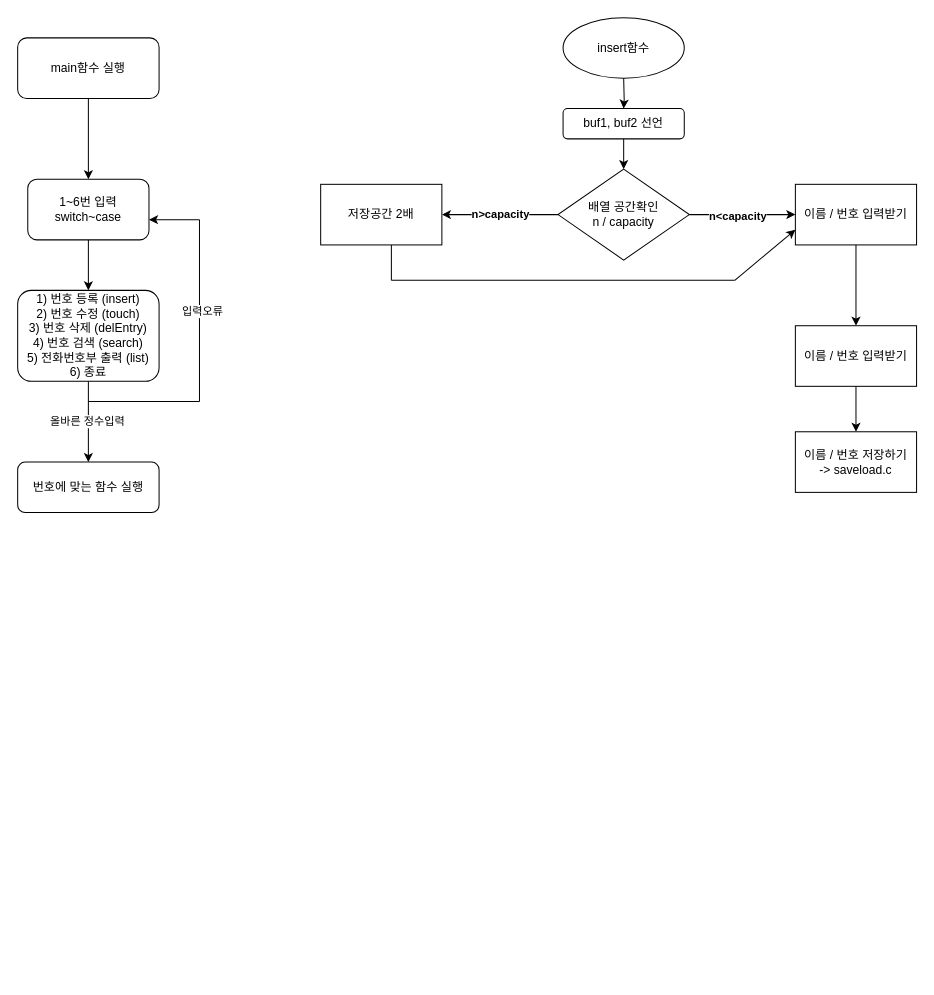
This is 1stProject_phonebook/202122404김표승 소프트웨어공학 1차프로젝트 전화번호부 코드 순서도.drawio from pyoseung74/202122404-2-2-software-engineering, a draw.io file, before an edit. Source tidied: cells renumbered, new cells numbered last; positions are measured from the earlier drawing's top-left corner, leaving out a move shared by most shapes. Both pictures are drawn from the tidied source at 101%, with x=0, y=0 at pixel (17, 17).
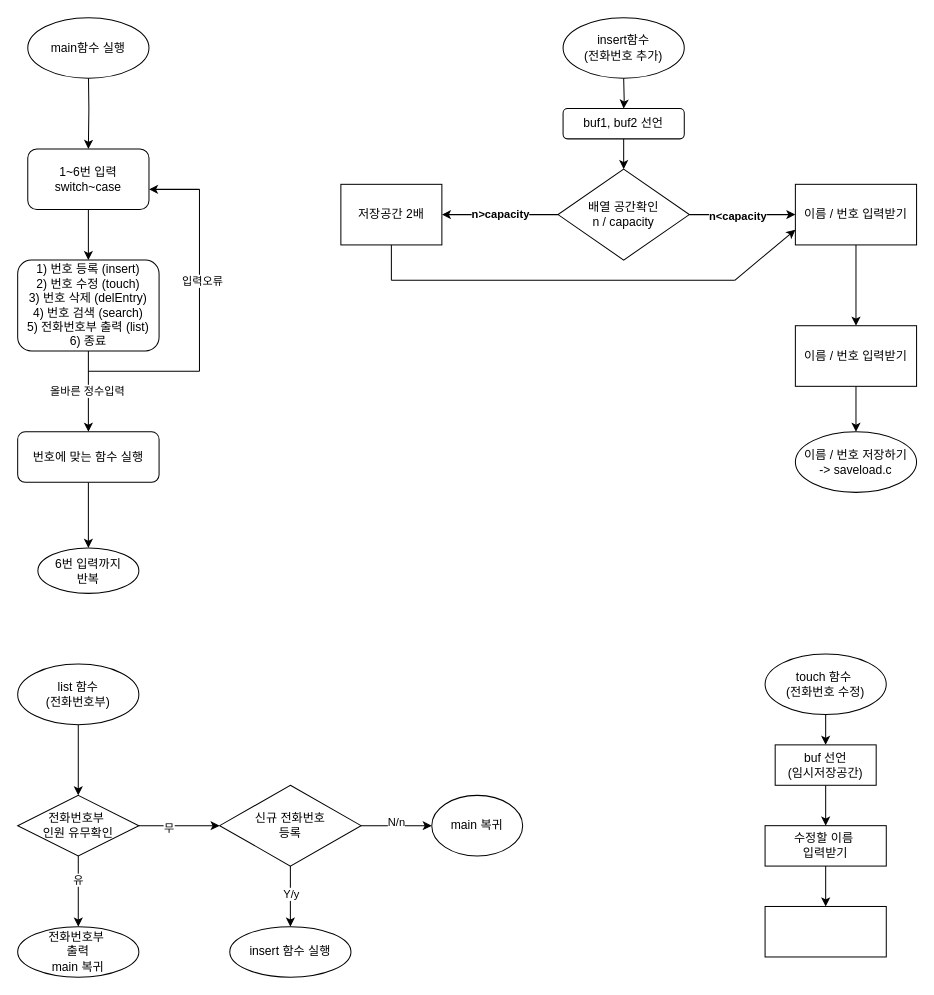
After the change.

Commit message (it also covers changes not shown here):
202122404김표승 소프트웨어공학 1차프로젝트 전화번호부 코드 순서도.drawio 업데이트

The change refers to these unchanged cells:
```xml
<mxCell id="21" value="배열 공간확인&lt;div&gt;n / capacity&lt;/div&gt;" style="rhombus;whiteSpace=wrap;html=1;" parent="1" vertex="1">
  <mxGeometry x="535" y="150" width="130" height="90" as="geometry" />
</mxCell>
<mxCell id="29" value="이름 / 번호 입력받기" style="whiteSpace=wrap;html=1;" parent="1" vertex="1">
  <mxGeometry x="770" y="305" width="120" height="60" as="geometry" />
</mxCell>
```

What changed in the source:
```diff
@@
-    <mxCell id="2" style="edgeStyle=orthogonalEdgeStyle;rounded=0;jettySize=auto;html=1;" parent="1" edge="1" source="3" target="5">
-      <mxGeometry relative="1" as="geometry" />
+    <mxCell id="2" style="edgeStyle=orthogonalEdgeStyle;rounded=0;jettySize=auto;html=1;" parent="1" edge="1" target="5">
+      <mxGeometry relative="1" as="geometry">
+        <mxPoint x="70" y="50" as="sourcePoint" />
+      </mxGeometry>
     </mxCell>
-    <mxCell id="3" value="main함수 실행" style="rounded=1;whiteSpace=wrap;html=1;" parent="1" vertex="1">
-      <mxGeometry y="20" width="140" height="60" as="geometry" />
-    </mxCell>
     <mxCell id="4" style="edgeStyle=orthogonalEdgeStyle;rounded=0;jettySize=auto;html=1;" parent="1" edge="1" source="5">
       <mxGeometry relative="1" as="geometry">
-        <mxPoint x="70" y="270" as="targetPoint" />
+        <mxPoint x="70" y="240" as="targetPoint" />
       </mxGeometry>
     </mxCell>
     <mxCell id="5" value="1~6번 입력&lt;div&gt;switch~case&lt;/div&gt;" style="rounded=1;whiteSpace=wrap;html=1;" parent="1" vertex="1">
-      <mxGeometry x="10" y="160" width="120" height="60" as="geometry" />
+      <mxGeometry x="10" y="130" width="120" height="60" as="geometry" />
     </mxCell>
@@
     <mxCell id="8" value="1) 번호 등록 (insert)&lt;div&gt;2) 번호 수정 (touch)&lt;/div&gt;&lt;div&gt;3) 번호 삭제 (delEntry)&lt;/div&gt;&lt;div&gt;4) 번호 검색 (search)&lt;/div&gt;&lt;div&gt;5) 전화번호부 출력 (list)&lt;/div&gt;&lt;div&gt;6) 종료&lt;/div&gt;" style="rounded=1;whiteSpace=wrap;html=1;" parent="1" vertex="1">
-      <mxGeometry y="270" width="140" height="90" as="geometry" />
+      <mxGeometry y="240" width="140" height="90" as="geometry" />
     </mxCell>
+    <mxCell id="32" style="edgeStyle=orthogonalEdgeStyle;rounded=0;jettySize=auto;html=1;" parent="1" edge="1" source="9" target="33">
+      <mxGeometry relative="1" as="geometry" />
+    </mxCell>
     <mxCell id="9" value="번호에 맞는 함수 실행" style="rounded=1;whiteSpace=wrap;html=1;" parent="1" vertex="1">
-      <mxGeometry y="440" width="140" height="50" as="geometry" />
+      <mxGeometry y="410" width="140" height="50" as="geometry" />
     </mxCell>
     <mxCell id="10" style="endArrow=none;html=1;rounded=0;" parent="1" edge="1">
       <mxGeometry relative="1" as="geometry">
-        <mxPoint x="180" y="380" as="sourcePoint" />
-        <mxPoint x="180" y="200" as="targetPoint" />
+        <mxPoint x="180" y="350" as="sourcePoint" />
+        <mxPoint x="180" y="170" as="targetPoint" />
       </mxGeometry>
     </mxCell>
@@
     <mxCell id="12" style="endArrow=classic;html=1;rounded=0;" parent="1" edge="1">
       <mxGeometry relative="1" as="geometry">
-        <mxPoint x="180" y="200" as="sourcePoint" />
-        <mxPoint x="130" y="200" as="targetPoint" />
+        <mxPoint x="180" y="170" as="sourcePoint" />
+        <mxPoint x="130" y="170" as="targetPoint" />
       </mxGeometry>
     </mxCell>
     <mxCell id="13" style="endArrow=none;html=1;rounded=0;" parent="1" edge="1">
       <mxGeometry relative="1" as="geometry">
-        <mxPoint x="70" y="380" as="sourcePoint" />
-        <mxPoint x="180" y="380" as="targetPoint" />
+        <mxPoint x="70" y="350" as="sourcePoint" />
+        <mxPoint x="180" y="350" as="targetPoint" />
       </mxGeometry>
     </mxCell>
@@
-    <mxCell id="19" style="edgeStyle=orthogonalEdgeStyle;rounded=0;jettySize=auto;html=1;" parent="1" edge="1" source="21" target="24">
-      <mxGeometry relative="1" as="geometry" />
+    <mxCell id="19" style="edgeStyle=orthogonalEdgeStyle;rounded=0;jettySize=auto;html=1;" parent="1" edge="1" source="21">
+      <mxGeometry relative="1" as="geometry">
+        <mxPoint x="420" y="195" as="targetPoint" />
+      </mxGeometry>
     </mxCell>
@@
     <mxCell id="24" value="저장공간 2배" style="whiteSpace=wrap;html=1;" parent="1" vertex="1">
-      <mxGeometry x="300" y="165" width="120" height="60" as="geometry" />
+      <mxGeometry x="320" y="165" width="100" height="60" as="geometry" />
     </mxCell>
@@
-    <mxCell id="28" style="edgeStyle=orthogonalEdgeStyle;rounded=0;jettySize=auto;html=1;" parent="1" edge="1" source="29" target="31">
-      <mxGeometry relative="1" as="geometry" />
+    <mxCell id="28" style="edgeStyle=orthogonalEdgeStyle;rounded=0;jettySize=auto;html=1;" parent="1" edge="1" source="29">
+      <mxGeometry relative="1" as="geometry">
+        <mxPoint x="830" y="410" as="targetPoint" />
+      </mxGeometry>
     </mxCell>
@@
-    <mxCell id="30" value="insert함수" style="ellipse;whiteSpace=wrap;html=1;" parent="1" vertex="1">
+    <mxCell id="30" value="insert함수&lt;div&gt;(전화번호 추가)&lt;/div&gt;" style="ellipse;whiteSpace=wrap;html=1;" parent="1" vertex="1">
       <mxGeometry x="540" width="120" height="60" as="geometry" />
     </mxCell>
-    <mxCell id="31" value="이름 / 번호 저장하기&lt;div&gt;-&amp;gt; saveload.c&lt;/div&gt;" style="whiteSpace=wrap;html=1;" parent="1" vertex="1">
+    <mxCell id="31" value="이름 / 번호 저장하기&lt;div&gt;-&amp;gt; saveload.c&lt;/div&gt;" style="ellipse;whiteSpace=wrap;html=1;" parent="1" vertex="1">
       <mxGeometry x="770" y="410" width="120" height="60" as="geometry" />
     </mxCell>
+    <mxCell id="3" value="main함수 실행" style="ellipse;whiteSpace=wrap;html=1;" parent="1" vertex="1">
+      <mxGeometry x="10" width="120" height="60" as="geometry" />
+    </mxCell>
+    <mxCell id="33" value="6번 입력까지&lt;div&gt;반복&lt;/div&gt;" style="ellipse;whiteSpace=wrap;html=1;rounded=1;" parent="1" vertex="1">
+      <mxGeometry x="20" y="525" width="100" height="45" as="geometry" />
+    </mxCell>
+    <mxCell id="34" style="edgeStyle=orthogonalEdgeStyle;rounded=0;jettySize=auto;html=1;" parent="1" edge="1" source="35" target="40">
+      <mxGeometry relative="1" as="geometry" />
+    </mxCell>
+    <mxCell id="35" value="list 함수&lt;div&gt;(전화번호부)&lt;/div&gt;" style="ellipse;whiteSpace=wrap;html=1;" parent="1" vertex="1">
+      <mxGeometry y="640" width="120" height="60" as="geometry" />
+    </mxCell>
+    <mxCell id="36" style="edgeStyle=orthogonalEdgeStyle;rounded=0;jettySize=auto;html=1;" parent="1" edge="1" source="40">
+      <mxGeometry relative="1" as="geometry">
+        <mxPoint x="200" y="800" as="targetPoint" />
+        <Array as="points">
+          <mxPoint x="150" y="800" />
+          <mxPoint x="150" y="800" />
+        </Array>
+      </mxGeometry>
+    </mxCell>
+    <mxCell id="37" value="무" style="edgeLabel;html=1;align=center;verticalAlign=middle;" parent="36" vertex="1">
+      <mxGeometry x="-0.27" y="-2" relative="1" as="geometry" />
+    </mxCell>
+    <mxCell id="38" style="edgeStyle=orthogonalEdgeStyle;rounded=0;jettySize=auto;html=1;" parent="1" edge="1" source="40" target="41">
+      <mxGeometry relative="1" as="geometry" />
+    </mxCell>
+    <mxCell id="39" value="유" style="edgeLabel;html=1;align=center;verticalAlign=middle;" parent="38" vertex="1">
+      <mxGeometry x="-0.33" y="-1" relative="1" as="geometry" />
+    </mxCell>
+    <mxCell id="40" value="전화번호부&amp;nbsp;&lt;div&gt;인원 유무확인&lt;/div&gt;" style="rhombus;whiteSpace=wrap;html=1;" parent="1" vertex="1">
+      <mxGeometry y="770" width="120" height="60" as="geometry" />
+    </mxCell>
+    <mxCell id="41" value="전화번호부&amp;nbsp;&lt;div&gt;출력&lt;/div&gt;&lt;div&gt;main 복귀&lt;/div&gt;" style="ellipse;whiteSpace=wrap;html=1;" parent="1" vertex="1">
+      <mxGeometry y="900" width="120" height="50" as="geometry" />
+    </mxCell>
+    <mxCell id="42" style="edgeStyle=orthogonalEdgeStyle;rounded=0;jettySize=auto;html=1;" parent="1" edge="1" source="46">
+      <mxGeometry relative="1" as="geometry">
+        <mxPoint x="410" y="800" as="targetPoint" />
+      </mxGeometry>
+    </mxCell>
+    <mxCell id="43" value="N/n" style="edgeLabel;html=1;align=center;verticalAlign=middle;" parent="42" vertex="1">
+      <mxGeometry x="-0.03" y="4" relative="1" as="geometry" />
+    </mxCell>
+    <mxCell id="44" style="edgeStyle=orthogonalEdgeStyle;rounded=0;jettySize=auto;html=1;" parent="1" edge="1" source="46">
+      <mxGeometry relative="1" as="geometry">
+        <mxPoint x="270" y="900" as="targetPoint" />
+      </mxGeometry>
+    </mxCell>
+    <mxCell id="45" value="Y/y" style="edgeLabel;html=1;align=center;verticalAlign=middle;" parent="44" vertex="1">
+      <mxGeometry x="-0.11" relative="1" as="geometry" />
+    </mxCell>
+    <mxCell id="46" value="신규 전화번호&lt;div&gt;등록&lt;/div&gt;" style="rhombus;whiteSpace=wrap;html=1;" parent="1" vertex="1">
+      <mxGeometry x="200" y="760" width="140" height="80" as="geometry" />
+    </mxCell>
+    <mxCell id="47" value="main 복귀" style="ellipse;whiteSpace=wrap;html=1;" parent="1" vertex="1">
+      <mxGeometry x="410" y="770" width="90" height="60" as="geometry" />
+    </mxCell>
+    <mxCell id="48" value="insert 함수 실행" style="ellipse;whiteSpace=wrap;html=1;" parent="1" vertex="1">
+      <mxGeometry x="210" y="900" width="120" height="50" as="geometry" />
+    </mxCell>
+    <mxCell id="49" style="edgeStyle=orthogonalEdgeStyle;rounded=0;jettySize=auto;html=1;" parent="1" edge="1" source="50" target="52">
+      <mxGeometry relative="1" as="geometry" />
+    </mxCell>
+    <mxCell id="50" value="touch 함수&amp;nbsp;&lt;div&gt;(전화번호 수정)&lt;/div&gt;" style="ellipse;whiteSpace=wrap;html=1;" parent="1" vertex="1">
+      <mxGeometry x="740" y="630" width="120" height="60" as="geometry" />
+    </mxCell>
+    <mxCell id="51" style="edgeStyle=orthogonalEdgeStyle;rounded=0;jettySize=auto;html=1;" parent="1" edge="1" source="52" target="54">
+      <mxGeometry relative="1" as="geometry" />
+    </mxCell>
+    <mxCell id="52" value="buf 선언&lt;div&gt;(임시저장공간)&lt;/div&gt;" style="whiteSpace=wrap;html=1;" parent="1" vertex="1">
+      <mxGeometry x="750" y="720" width="100" height="40" as="geometry" />
+    </mxCell>
+    <mxCell id="53" style="edgeStyle=orthogonalEdgeStyle;rounded=0;jettySize=auto;html=1;" parent="1" edge="1" source="54" target="55">
+      <mxGeometry relative="1" as="geometry" />
+    </mxCell>
+    <mxCell id="54" value="수정할 이름&amp;nbsp;&lt;div&gt;입력받기&lt;/div&gt;" style="whiteSpace=wrap;html=1;" parent="1" vertex="1">
+      <mxGeometry x="740" y="800" width="120" height="40" as="geometry" />
+    </mxCell>
+    <mxCell id="55" style="whiteSpace=wrap;html=1;" parent="1" vertex="1">
+      <mxGeometry x="740" y="880" width="120" height="50" as="geometry" />
+    </mxCell>
```
